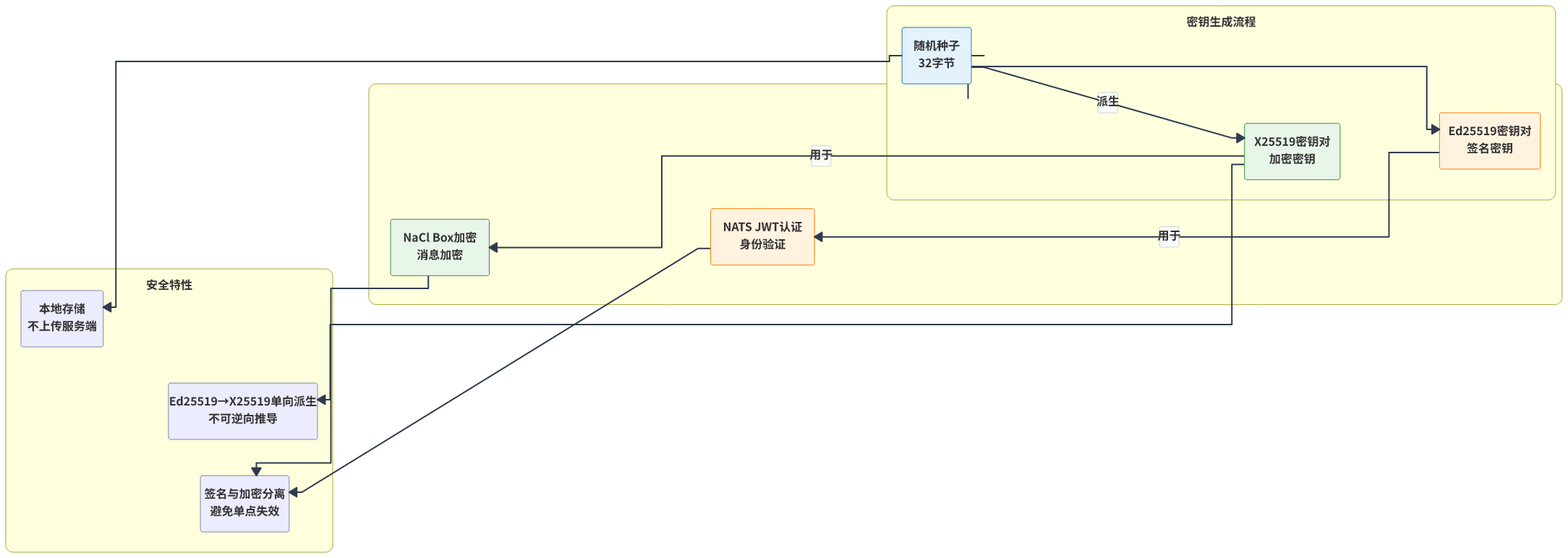
Earlier version of the Mermaid export DecentralizedChat/paper/images/fig12_key_system.png (yixianOu/Dchat). Its source is kept beside it as DecentralizedChat/paper/diagrams/fig12_key_system.mmd.
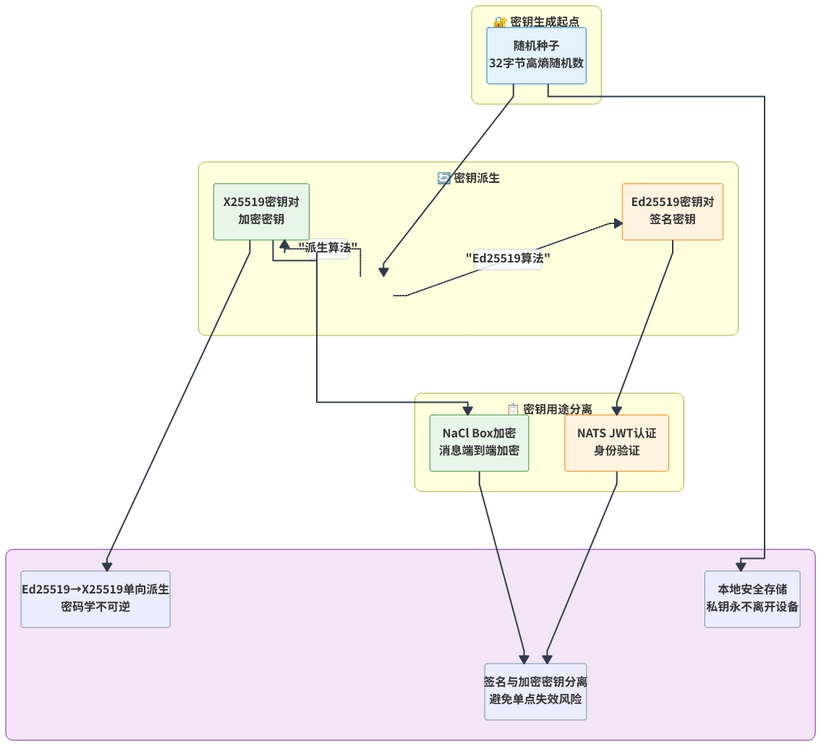
Above is the later version.

Change to the diagram source:
```diff
@@ -1,22 +1,34 @@
-graph TB
-    subgraph 密钥生成["密钥生成流程"]
-        Seed["随机种子<br/>32字节"] --> Ed25519["Ed25519密钥对<br/>签名密钥"]
-        Seed --> |派生| X25519["X25519密钥对<br/>加密密钥"]
+flowchart TB
+    subgraph 种子["🔐 密钥生成起点"]
+        Seed["随机种子<br/>32字节高熵随机数"]
     end
 
-    subgraph 密钥用途["密钥用途分离"]
-        Ed25519 --> |用于| Auth["NATS JWT认证<br/>身份验证"]
-        X25519 --> |用于| Encrypt["NaCl Box加密<br/>消息加密"]
+    subgraph 密钥派生["🔄 密钥派生"]
+        direction LR
+        Seed2[""] -.->|"Ed25519算法"| Ed25519["Ed25519密钥对<br/>签名密钥"]
+        Seed2 -.->|"派生算法"| X25519["X25519密钥对<br/>加密密钥"]
     end
 
-    subgraph 安全特性["安全特性"]
-        S1["签名与加密分离<br/>避免单点失效"]
-        S2["Ed25519→X25519单向派生<br/>不可逆向推导"]
-        S3["本地存储<br/>不上传服务端"]
+    Seed --> Seed2
+
+    subgraph 用途分离["📋 密钥用途分离"]
+        direction LR
+        Auth["NATS JWT认证<br/>身份验证"]
+        Encrypt["NaCl Box加密<br/>消息端到端加密"]
     end
 
+    Ed25519 --> Auth
+    X25519 --> Encrypt
+
+    subgraph 安全特性["🛡️ 安全特性"]
+        direction TB
+        S1["签名与加密密钥分离<br/>避免单点失效风险"]
+        S2["Ed25519→X25519单向派生<br/>密码学不可逆"]
+        S3["本地安全存储<br/>私钥永不离开设备"]
+    end
+
+    Auth --> S1
     Encrypt --> S1
-    Auth --> S1
     X25519 --> S2
     Seed --> S3
 
@@ -25,3 +37,5 @@
     style X25519 fill:#e8f5e9,stroke:#388e3c
     style Auth fill:#fff3e0,stroke:#f57c00
     style Encrypt fill:#e8f5e9,stroke:#388e3c
+    style 安全特性 fill:#f3e5f5,stroke:#7b1fa2
+    style Seed2 fill:transparent,stroke:transparent
```
